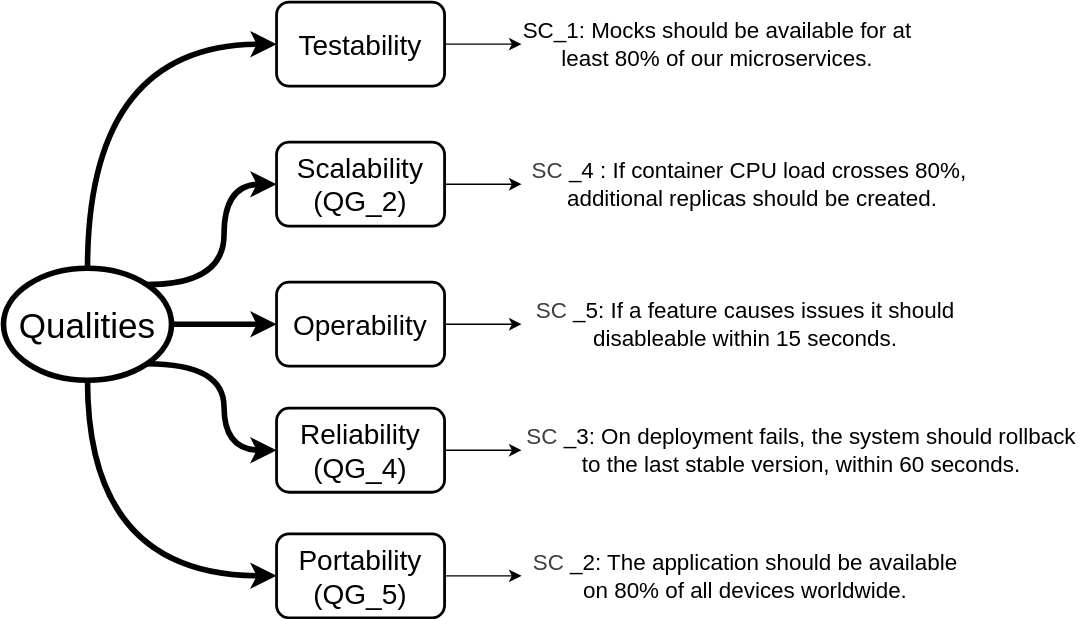
This is images/SWARC_Quality_Tree.drawio.svg from Z1rael/swa, a draw.io export, as it was before one commit. Source tidied: cells renumbered, new cells last; positions are measured from the earlier drawing's top-left corner, leaving out a move shared by most shapes.
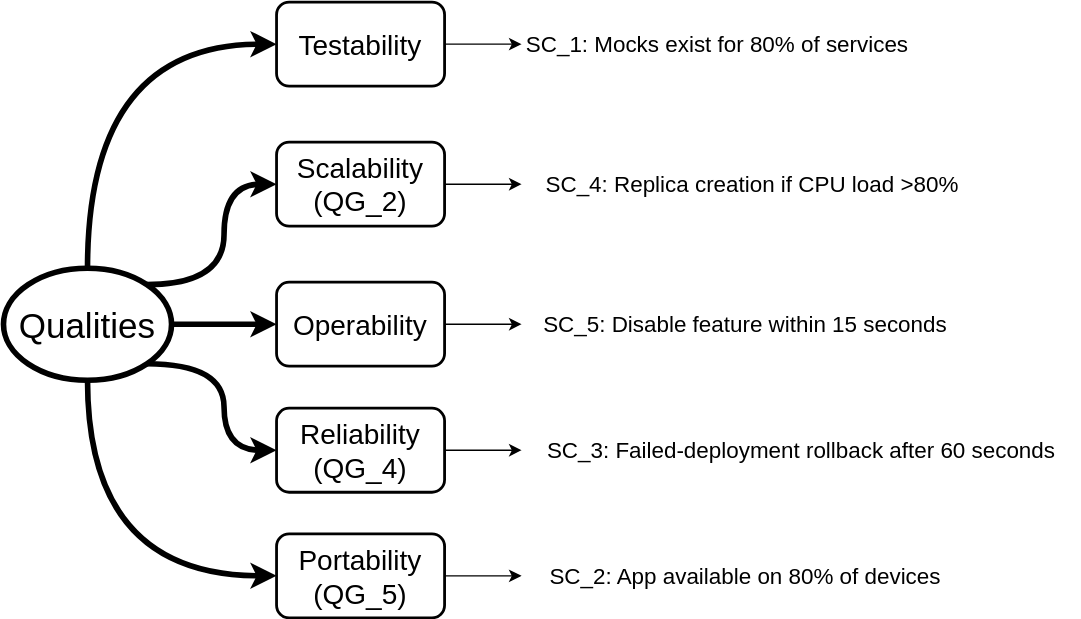
After the change.

Commit message:
Fix Quality Tree

The edit, as a diff of the source:
```diff
@@ -54,19 +54,19 @@
     <mxCell id="17" value="&lt;font style=&quot;font-size: 20px;&quot;&gt;Portability&lt;/font&gt;&lt;div&gt;&lt;font style=&quot;font-size: 20px;&quot;&gt;(QG_5)&lt;/font&gt;&lt;/div&gt;" style="rounded=1;whiteSpace=wrap;html=1;strokeWidth=2;" parent="1" vertex="1">
       <mxGeometry x="195" y="379.7" width="120" height="60" as="geometry" />
     </mxCell>
-    <mxCell id="18" value="&lt;font style=&quot;font-size: 16px;&quot;&gt;&lt;span style=&quot;color: rgb(63, 63, 63);&quot;&gt;SC&lt;/span&gt;_3:&amp;nbsp;On deployment fails, the system should rollback to the last stable version, within 60 seconds.&lt;/font&gt;" style="text;html=1;whiteSpace=wrap;strokeColor=none;fillColor=none;align=center;verticalAlign=middle;rounded=0;" parent="1" vertex="1">
+    <mxCell id="18" value="&lt;span style=&quot;font-size: 16px;&quot;&gt;SC_3: Failed-deployment rollback after 60 seconds&lt;/span&gt;" style="text;html=1;whiteSpace=wrap;strokeColor=none;fillColor=none;align=center;verticalAlign=middle;rounded=0;" parent="1" vertex="1">
       <mxGeometry x="370" y="305" width="400" height="30" as="geometry" />
     </mxCell>
-    <mxCell id="19" value="&lt;span style=&quot;color: rgb(63, 63, 63); font-size: 16px;&quot;&gt;SC&lt;/span&gt;&lt;span style=&quot;font-size: 16px;&quot;&gt;_2: The application should be available on 80% of all devices worldwide.&lt;/span&gt;" style="text;html=1;whiteSpace=wrap;strokeColor=none;fillColor=none;align=center;verticalAlign=middle;rounded=0;" parent="1" vertex="1">
+    <mxCell id="19" value="&lt;span style=&quot;font-size: 16px;&quot;&gt;SC_2: App available on 80% of devices&lt;/span&gt;" style="text;html=1;whiteSpace=wrap;strokeColor=none;fillColor=none;align=center;verticalAlign=middle;rounded=0;" parent="1" vertex="1">
       <mxGeometry x="370" y="394.7" width="320" height="30" as="geometry" />
     </mxCell>
-    <mxCell id="20" value="&lt;font style=&quot;font-size: 16px;&quot;&gt;&lt;span style=&quot;color: rgb(63, 63, 63);&quot;&gt;SC&lt;/span&gt;_4 : If container CPU load crosses 80%,&amp;nbsp; additional replicas should be created.&lt;/font&gt;" style="text;html=1;whiteSpace=wrap;strokeColor=none;fillColor=none;align=center;verticalAlign=middle;rounded=0;" parent="1" vertex="1">
+    <mxCell id="20" value="&lt;span style=&quot;font-size: 16px;&quot;&gt;SC_4: Replica creation if CPU load &amp;gt;80%&lt;/span&gt;" style="text;html=1;whiteSpace=wrap;strokeColor=none;fillColor=none;align=center;verticalAlign=middle;rounded=0;" parent="1" vertex="1">
       <mxGeometry x="370" y="115" width="330" height="30" as="geometry" />
     </mxCell>
-    <mxCell id="21" value="&lt;span style=&quot;font-size: 16px;&quot;&gt;SC_1: Mocks should be available for at least 80% of our microservices.&lt;/span&gt;" style="text;html=1;whiteSpace=wrap;strokeColor=none;fillColor=none;align=center;verticalAlign=middle;rounded=0;fontStyle=0;" parent="1" vertex="1">
+    <mxCell id="21" value="&lt;span style=&quot;font-size: 16px;&quot;&gt;SC_1: Mocks exist for 80% of services&lt;/span&gt;" style="text;html=1;whiteSpace=wrap;strokeColor=none;fillColor=none;align=center;verticalAlign=middle;rounded=0;fontStyle=0;" parent="1" vertex="1">
       <mxGeometry x="370" y="15" width="280" height="30" as="geometry" />
     </mxCell>
-    <mxCell id="22" value="&lt;span style=&quot;color: rgb(63, 63, 63); font-size: 16px;&quot;&gt;SC&lt;/span&gt;&lt;span style=&quot;font-size: 16px;&quot;&gt;_5: If a feature causes issues it should disableable within 15 seconds.&lt;/span&gt;" style="text;html=1;whiteSpace=wrap;strokeColor=none;fillColor=none;align=center;verticalAlign=middle;rounded=0;" parent="1" vertex="1">
+    <mxCell id="22" value="&lt;span style=&quot;font-size: 16px;&quot;&gt;SC_5: Disable feature within 15 seconds&lt;/span&gt;" style="text;html=1;whiteSpace=wrap;strokeColor=none;fillColor=none;align=center;verticalAlign=middle;rounded=0;" parent="1" vertex="1">
       <mxGeometry x="370" y="215" width="320" height="30" as="geometry" />
     </mxCell>
   </root>
```
